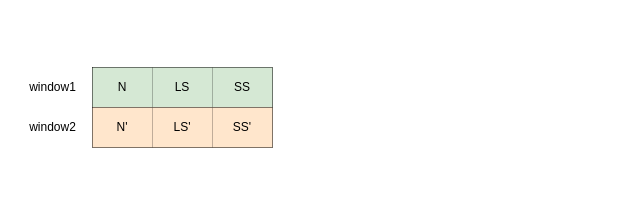
Before: 统计特征数据收集流程图.drawio in poetlife/diagrams, a draw.io diagram. Source tidied: cells renumbered, new cells numbered last; positions are measured from the earlier drawing's top-left corner, leaving out a move shared by most shapes. Both pictures are drawn from the tidied source at 100%, with x=0, y=0 at pixel (17, 67).
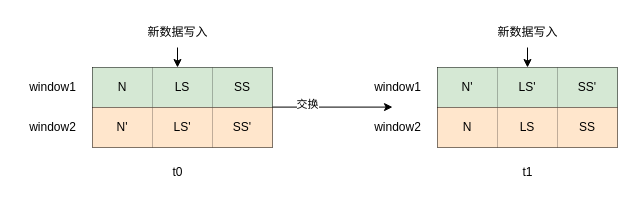
The same diagram, later.

Commit message (it also covers changes not shown here):
更新统计特征数据收集流程图.drawio

Diff of the diagram source:
```diff
@@
+    <mxCell id="14" value="t0" style="text;html=1;align=center;verticalAlign=middle;strokeColor=none;fillColor=none;" parent="1" vertex="1">
+      <mxGeometry x="145" y="90" width="30" height="30" as="geometry" />
+    </mxCell>
+    <mxCell id="15" style="group;" parent="1" vertex="1">
+      <mxGeometry width="255" height="80" as="geometry" />
+    </mxCell>
-    <mxCell id="2" style="shape=table;startSize=0;childLayout=tableLayout;" parent="1" vertex="1">
+    <mxCell id="2" style="shape=table;startSize=0;childLayout=tableLayout;" parent="15" vertex="1">
       <mxGeometry x="75" width="180" height="40" as="geometry" />
     </mxCell>
@@
-    <mxCell id="7" style="shape=table;startSize=0;childLayout=tableLayout;" parent="1" vertex="1">
+    <mxCell id="7" style="shape=table;startSize=0;childLayout=tableLayout;" parent="15" vertex="1">
       <mxGeometry x="75" y="40" width="180" height="40" as="geometry" />
     </mxCell>
@@
-    <mxCell id="12" value="window1" style="text;html=1;align=center;verticalAlign=middle;strokeColor=none;fillColor=none;" parent="1" vertex="1">
+    <mxCell id="12" value="window1" style="text;html=1;align=center;verticalAlign=middle;strokeColor=none;fillColor=none;" parent="15" vertex="1">
       <mxGeometry y="5" width="70" height="30" as="geometry" />
     </mxCell>
-    <mxCell id="13" value="window2" style="text;html=1;align=center;verticalAlign=middle;strokeColor=none;fillColor=none;" parent="1" vertex="1">
+    <mxCell id="13" value="window2" style="text;html=1;align=center;verticalAlign=middle;strokeColor=none;fillColor=none;" parent="15" vertex="1">
       <mxGeometry y="45" width="70" height="30" as="geometry" />
     </mxCell>
+    <mxCell id="16" style="group;" parent="1" vertex="1">
+      <mxGeometry x="345" width="255" height="80" as="geometry" />
+    </mxCell>
+    <mxCell id="17" style="shape=table;startSize=0;childLayout=tableLayout;" parent="16" vertex="1">
+      <mxGeometry x="75" width="180" height="40" as="geometry" />
+    </mxCell>
+    <mxCell id="18" style="shape=tableRow;horizontal=0;startSize=0;swimlaneHead=0;swimlaneBody=0;strokeColor=inherit;top=0;left=0;bottom=0;right=0;fillColor=none;" parent="17" vertex="1">
+      <mxGeometry width="180" height="40" as="geometry" />
+    </mxCell>
+    <mxCell id="19" value="N'" style="shape=partialRectangle;html=1;whiteSpace=wrap;strokeColor=#82b366;overflow=hidden;fillColor=#d5e8d4;top=0;left=0;bottom=0;right=0;" parent="18" vertex="1">
+      <mxGeometry width="60" height="40" as="geometry" />
+    </mxCell>
+    <mxCell id="20" value="LS'" style="shape=partialRectangle;html=1;whiteSpace=wrap;strokeColor=#82b366;overflow=hidden;fillColor=#d5e8d4;top=0;left=0;bottom=0;right=0;" parent="18" vertex="1">
+      <mxGeometry x="60" width="60" height="40" as="geometry" />
+    </mxCell>
+    <mxCell id="21" value="SS'" style="shape=partialRectangle;html=1;whiteSpace=wrap;strokeColor=#82b366;overflow=hidden;fillColor=#d5e8d4;top=0;left=0;bottom=0;right=0;" parent="18" vertex="1">
+      <mxGeometry x="120" width="60" height="40" as="geometry" />
+    </mxCell>
+    <mxCell id="22" style="shape=table;startSize=0;childLayout=tableLayout;" parent="16" vertex="1">
+      <mxGeometry x="75" y="40" width="180" height="40" as="geometry" />
+    </mxCell>
+    <mxCell id="23" style="shape=tableRow;horizontal=0;startSize=0;swimlaneHead=0;swimlaneBody=0;strokeColor=inherit;top=0;left=0;bottom=0;right=0;fillColor=none;" parent="22" vertex="1">
+      <mxGeometry width="180" height="40" as="geometry" />
+    </mxCell>
+    <mxCell id="24" value="N" style="shape=partialRectangle;html=1;whiteSpace=wrap;strokeColor=#d79b00;overflow=hidden;fillColor=#ffe6cc;top=0;left=0;bottom=0;right=0;" parent="23" vertex="1">
+      <mxGeometry width="60" height="40" as="geometry" />
+    </mxCell>
+    <mxCell id="25" value="LS" style="shape=partialRectangle;html=1;whiteSpace=wrap;strokeColor=#d79b00;overflow=hidden;fillColor=#ffe6cc;top=0;left=0;bottom=0;right=0;" parent="23" vertex="1">
+      <mxGeometry x="60" width="60" height="40" as="geometry" />
+    </mxCell>
+    <mxCell id="26" value="SS" style="shape=partialRectangle;html=1;whiteSpace=wrap;strokeColor=#d79b00;overflow=hidden;fillColor=#ffe6cc;top=0;left=0;bottom=0;right=0;" parent="23" vertex="1">
+      <mxGeometry x="120" width="60" height="40" as="geometry" />
+    </mxCell>
+    <mxCell id="27" value="window1" style="text;html=1;align=center;verticalAlign=middle;strokeColor=none;fillColor=none;" parent="16" vertex="1">
+      <mxGeometry y="5" width="70" height="30" as="geometry" />
+    </mxCell>
+    <mxCell id="28" value="window2" style="text;html=1;align=center;verticalAlign=middle;strokeColor=none;fillColor=none;" parent="16" vertex="1">
+      <mxGeometry y="45" width="70" height="30" as="geometry" />
+    </mxCell>
+    <mxCell id="29" value="t1" style="text;html=1;align=center;verticalAlign=middle;strokeColor=none;fillColor=none;" parent="1" vertex="1">
+      <mxGeometry x="495" y="90" width="30" height="30" as="geometry" />
+    </mxCell>
+    <mxCell id="30" style="edgeStyle=orthogonalEdgeStyle;rounded=0;jettySize=auto;html=1;" parent="1" edge="1" source="31">
+      <mxGeometry relative="1" as="geometry">
+        <mxPoint x="160" as="targetPoint" />
+      </mxGeometry>
+    </mxCell>
+    <mxCell id="31" value="新数据写入" style="text;html=1;align=center;verticalAlign=middle;points=[];strokeColor=none;fillColor=none;" parent="1" vertex="1">
+      <mxGeometry x="120" y="-50" width="80" height="30" as="geometry" />
+    </mxCell>
+    <mxCell id="32" style="edgeStyle=orthogonalEdgeStyle;rounded=0;jettySize=auto;html=1;" parent="1" edge="1" source="33">
+      <mxGeometry relative="1" as="geometry">
+        <mxPoint x="510" as="targetPoint" />
+      </mxGeometry>
+    </mxCell>
+    <mxCell id="33" value="新数据写入" style="text;html=1;align=center;verticalAlign=middle;points=[];strokeColor=none;fillColor=none;" parent="1" vertex="1">
+      <mxGeometry x="470" y="-50" width="80" height="30" as="geometry" />
+    </mxCell>
+    <mxCell id="34" style="endArrow=classic;html=1;rounded=0;" parent="1" edge="1">
+      <mxGeometry relative="1" as="geometry">
+        <mxPoint x="255" y="39.6" as="sourcePoint" />
+        <mxPoint x="375" y="39.6" as="targetPoint" />
+      </mxGeometry>
+    </mxCell>
+    <mxCell id="35" value="交换" style="edgeLabel;html=1;align=center;verticalAlign=middle;" parent="34" vertex="1">
+      <mxGeometry x="-0.44" y="3" relative="1" as="geometry" />
+    </mxCell>
```
